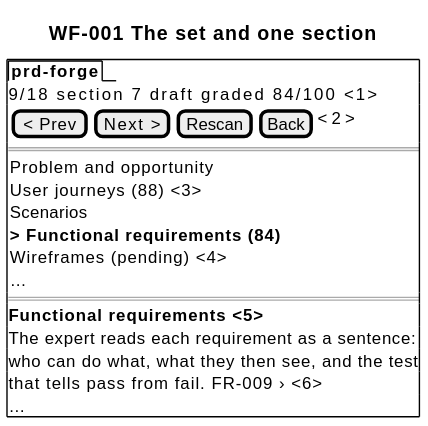
This is docs/prd/prd-forge/diagrams/WF-001.svg from SpillwaveSolutions/prd-forge, a PlantUML export, as it was before one commit.
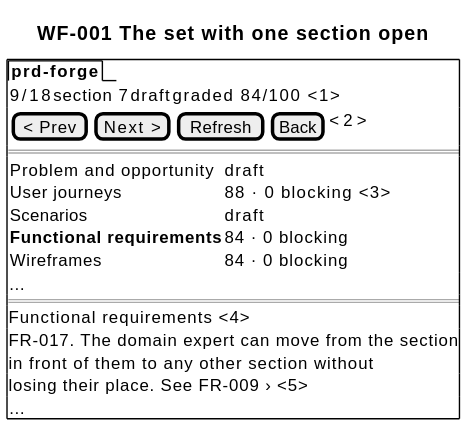
After the change.

What changed in the source:
```diff
@@ -1,23 +1,25 @@
 @startsalt
-title WF-001 The set and one section
+title WF-001 The set with one section open
 {+
   {/ <b>prd-forge</b> }
-  9/18   section 7   draft   graded 84/100 <1>
-  { [< Prev] | [Next >] | [Rescan] | [Back] | <2> }
+  {
+    9/18 | section 7 | draft | graded 84/100 <1>
+  }
+  { [< Prev] | [Next >] | [Refresh] | [Back] | <2> }
   ==
   {
-    Problem and opportunity
-    User journeys (88) <3>
-    Scenarios
-    <b>> Functional requirements (84)
-    Wireframes (pending) <4>
-    …
+    Problem and opportunity | draft
+    User journeys | 88 · 0 blocking <3>
+    Scenarios | draft
+    <b>Functional requirements | 84 · 0 blocking
+    Wireframes | 84 · 0 blocking
   }
+  …
   ==
-  <b>Functional requirements <5>
-  The expert reads each requirement as a sentence:
-  who can do what, what they then see, and the test
-  that tells pass from fail. FR-009 › <6>
+  Functional requirements <4>
+  FR-017. The domain expert can move from the section
+  in front of them to any other section without
+  losing their place. See FR-009 › <5>
   …
 }
 @endsalt
```
